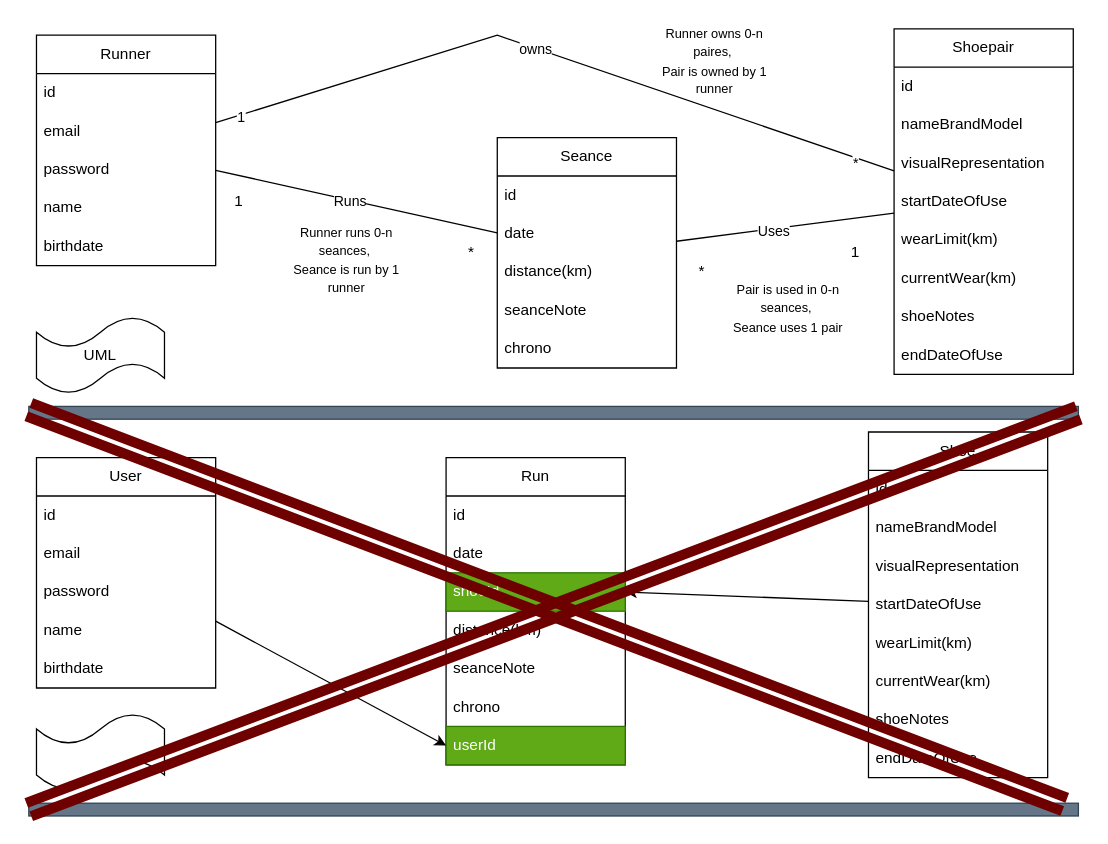
chocowgirl/CoursFrancisco keeps this draw.io diagram as ProjectShoeTrack/Documentation/ShoeTrackUMLCorrected.drawio. Above is the earlier version. Source tidied: cells renumbered, new cells numbered last; positions are measured from the earlier drawing's top-left corner, leaving out a move shared by most shapes. Both pictures are drawn from the tidied source at 128%, with x=0, y=0 at pixel (28, 22).
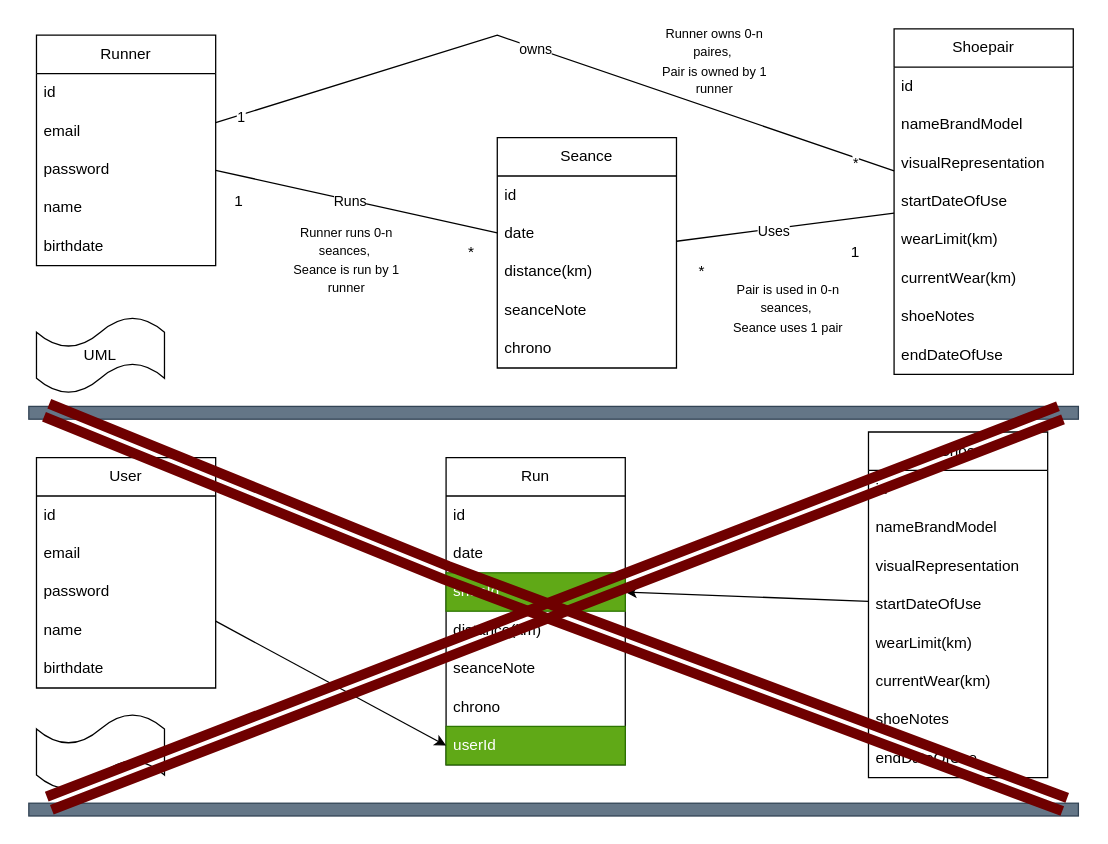
Above is the later version.

Unchanged cells that the change refers to:
```xml
<mxCell id="51" style="rounded=0;whiteSpace=wrap;html=1;fillColor=#647687;fontColor=#ffffff;strokeColor=#314354;" parent="1" vertex="1">
  <mxGeometry y="300" width="820" height="10" as="geometry" />
</mxCell>
<mxCell id="53" style="rounded=0;whiteSpace=wrap;html=1;fillColor=#647687;fontColor=#ffffff;strokeColor=#314354;" parent="1" vertex="1">
  <mxGeometry y="610" width="820" height="10" as="geometry" />
</mxCell>
```

What changed in the source:
```diff
@@
-    <mxCell id="68" style="shape=link;html=1;rounded=0;entryX=0.987;entryY=0.1;entryDx=0;entryDy=0;entryPerimeter=0;exitX=0;exitY=0.25;exitDx=0;exitDy=0;fillColor=#a20025;strokeColor=#6F0000;strokeWidth=8;" parent="1" edge="1" source="51" target="53">
-      <mxGeometry relative="1" as="geometry" />
+    <mxCell id="68" style="shape=link;html=1;rounded=0;entryX=0.987;entryY=0.1;entryDx=0;entryDy=0;entryPerimeter=0;exitX=0.017;exitY=0.3;exitDx=0;exitDy=0;fillColor=#a20025;strokeColor=#6F0000;strokeWidth=8;exitPerimeter=0;" parent="1" edge="1" source="51" target="53">
+      <mxGeometry relative="1" as="geometry">
+        <Array as="points">
+          <mxPoint x="326" y="430" />
+        </Array>
+      </mxGeometry>
     </mxCell>
-    <mxCell id="69" style="shape=link;html=1;rounded=0;entryX=1;entryY=0.5;entryDx=0;entryDy=0;exitX=0;exitY=0.5;exitDx=0;exitDy=0;fillColor=#a20025;strokeColor=#6F0000;strokeWidth=8;" parent="1" edge="1" source="53" target="51">
-      <mxGeometry relative="1" as="geometry" />
+    <mxCell id="69" style="shape=link;html=1;rounded=0;fillColor=#a20025;strokeColor=#6F0000;strokeWidth=8;" parent="1" edge="1">
+      <mxGeometry relative="1" as="geometry">
+        <mxPoint x="16" y="610" as="sourcePoint" />
+        <mxPoint x="806" y="305" as="targetPoint" />
+      </mxGeometry>
     </mxCell>
```
